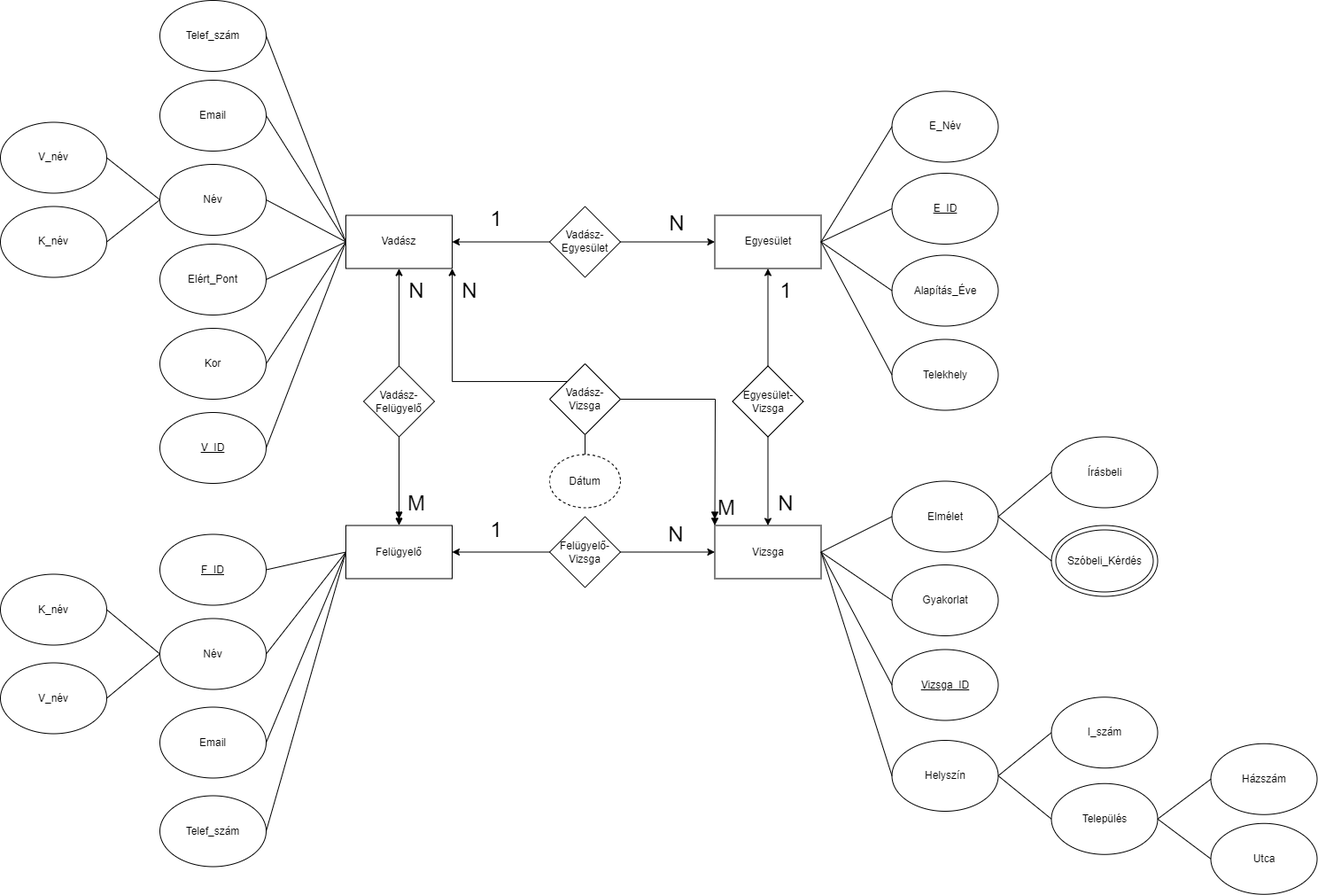
JordanKornel/DWWUAP_XMLGyak keeps this draw.io diagram as DWWUAP_XML_Féléves_Feladat/1. feladat/DWWUAP_ER.drawio.png. Above is the earlier version. Source tidied: cells renumbered, new cells last; positions are measured from the earlier drawing's top-left corner, leaving out a move shared by most shapes.
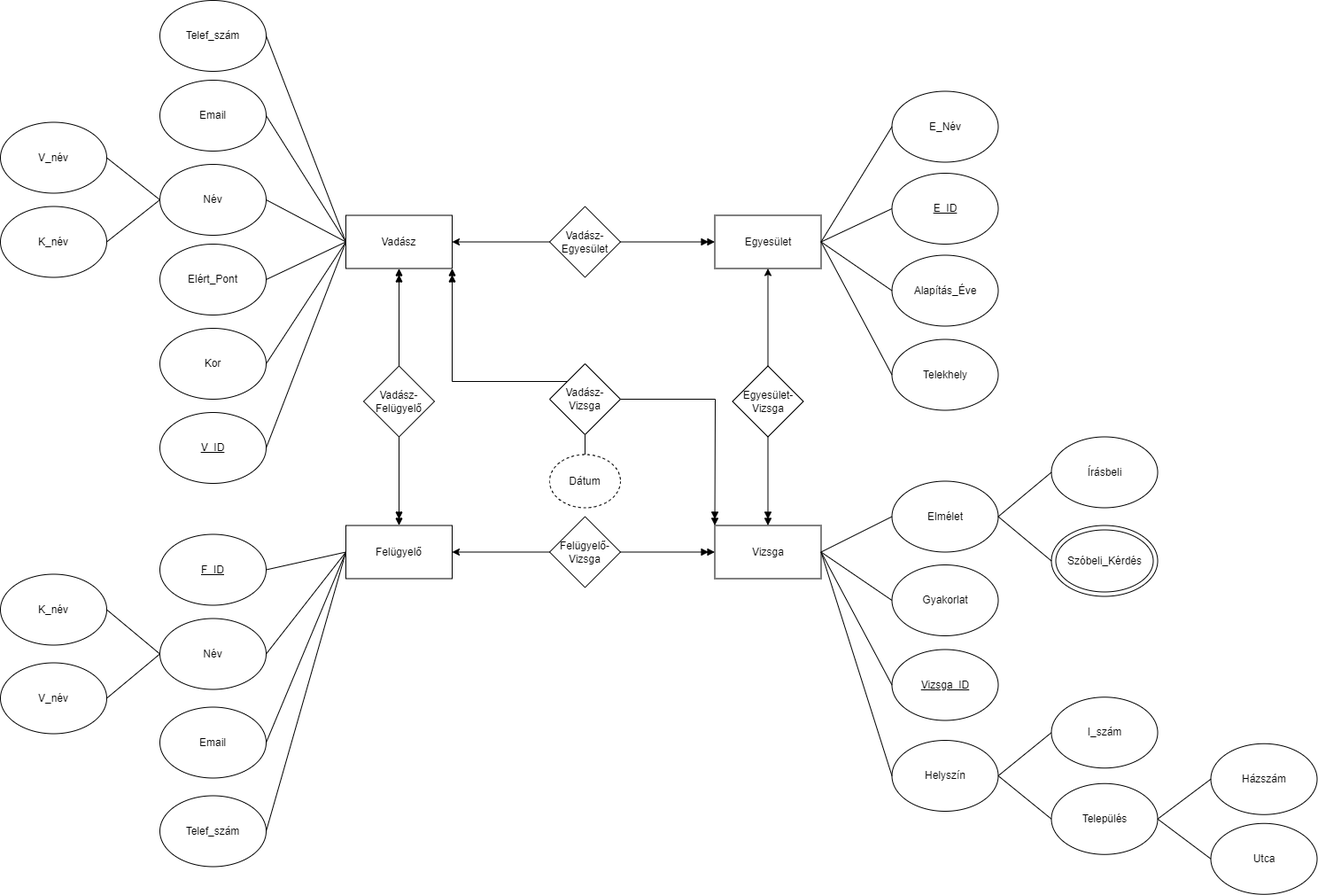
Later version of the same file.

What changed in the source:
```diff
@@ -98,28 +98,22 @@
     <mxCell id="33" style="edgeStyle=orthogonalEdgeStyle;rounded=0;jettySize=auto;html=1;exitX=0;exitY=0.5;exitDx=0;exitDy=0;entryX=1;entryY=0.5;entryDx=0;entryDy=0;" parent="1" edge="1" source="35" target="5">
       <mxGeometry relative="1" as="geometry" />
     </mxCell>
-    <mxCell id="34" style="edgeStyle=orthogonalEdgeStyle;rounded=0;jettySize=auto;html=1;exitX=1;exitY=0.5;exitDx=0;exitDy=0;entryX=0;entryY=0.5;entryDx=0;entryDy=0;" parent="1" edge="1" source="35" target="2">
+    <mxCell id="34" style="edgeStyle=orthogonalEdgeStyle;rounded=0;jettySize=auto;html=1;exitX=1;exitY=0.5;exitDx=0;exitDy=0;entryX=0;entryY=0.5;entryDx=0;entryDy=0;endArrow=doubleBlock;endFill=1;" parent="1" edge="1" source="35" target="2">
       <mxGeometry relative="1" as="geometry" />
     </mxCell>
     <mxCell id="35" value="Vadász-Egyesület" style="rhombus;whiteSpace=wrap;html=1;" parent="1" vertex="1">
       <mxGeometry x="620" y="232.5" width="80" height="80" as="geometry" />
     </mxCell>
-    <mxCell id="36" value="&lt;font style=&quot;font-size: 24px;&quot;&gt;1&lt;/font&gt;" style="text;html=1;strokeColor=none;fillColor=none;align=center;verticalAlign=middle;whiteSpace=wrap;rounded=0;" parent="1" vertex="1">
-      <mxGeometry x="530" y="232.5" width="60" height="30" as="geometry" />
-    </mxCell>
-    <mxCell id="37" value="&lt;font style=&quot;font-size: 24px;&quot;&gt;N&lt;/font&gt;" style="text;html=1;strokeColor=none;fillColor=none;align=center;verticalAlign=middle;whiteSpace=wrap;rounded=0;" parent="1" vertex="1">
-      <mxGeometry x="733.5" y="237.5" width="60" height="30" as="geometry" />
-    </mxCell>
     <mxCell id="38" style="edgeStyle=orthogonalEdgeStyle;rounded=0;jettySize=auto;html=1;exitX=0;exitY=0.5;exitDx=0;exitDy=0;entryX=1;entryY=0.5;entryDx=0;entryDy=0;fontSize=24;" parent="1" edge="1" source="40" target="4">
       <mxGeometry relative="1" as="geometry" />
     </mxCell>
-    <mxCell id="39" style="edgeStyle=orthogonalEdgeStyle;rounded=0;jettySize=auto;html=1;exitX=1;exitY=0.5;exitDx=0;exitDy=0;entryX=0;entryY=0.5;entryDx=0;entryDy=0;fontSize=24;" parent="1" edge="1" source="40" target="3">
+    <mxCell id="39" style="edgeStyle=orthogonalEdgeStyle;rounded=0;jettySize=auto;html=1;exitX=1;exitY=0.5;exitDx=0;exitDy=0;entryX=0;entryY=0.5;entryDx=0;entryDy=0;fontSize=24;endArrow=doubleBlock;endFill=1;" parent="1" edge="1" source="40" target="3">
       <mxGeometry relative="1" as="geometry" />
     </mxCell>
     <mxCell id="40" value="Felügyelő-Vizsga" style="rhombus;whiteSpace=wrap;html=1;" parent="1" vertex="1">
       <mxGeometry x="620" y="582.5" width="80" height="80" as="geometry" />
     </mxCell>
-    <mxCell id="41" style="edgeStyle=orthogonalEdgeStyle;rounded=0;jettySize=auto;html=1;exitX=0.5;exitY=1;exitDx=0;exitDy=0;entryX=0.5;entryY=0;entryDx=0;entryDy=0;fontSize=24;" parent="1" edge="1" source="43" target="3">
+    <mxCell id="41" style="edgeStyle=orthogonalEdgeStyle;rounded=0;jettySize=auto;html=1;exitX=0.5;exitY=1;exitDx=0;exitDy=0;entryX=0.5;entryY=0;entryDx=0;entryDy=0;fontSize=24;endArrow=doubleBlock;endFill=1;" parent="1" edge="1" source="43" target="3">
       <mxGeometry relative="1" as="geometry" />
     </mxCell>
     <mxCell id="42" style="edgeStyle=orthogonalEdgeStyle;rounded=0;jettySize=auto;html=1;exitX=0.5;exitY=0;exitDx=0;exitDy=0;entryX=0.5;entryY=1;entryDx=0;entryDy=0;fontSize=24;" parent="1" edge="1" source="43" target="2">
@@ -128,30 +122,12 @@
     <mxCell id="43" value="Egyesület-Vizsga" style="rhombus;whiteSpace=wrap;html=1;" parent="1" vertex="1">
       <mxGeometry x="826.5" y="412.5" width="80" height="80" as="geometry" />
     </mxCell>
-    <mxCell id="44" style="edgeStyle=orthogonalEdgeStyle;rounded=0;jettySize=auto;html=1;exitX=0.5;exitY=0;exitDx=0;exitDy=0;entryX=0.5;entryY=1;entryDx=0;entryDy=0;fontSize=24;" parent="1" edge="1" source="45" target="5">
+    <mxCell id="44" style="edgeStyle=orthogonalEdgeStyle;rounded=0;jettySize=auto;html=1;exitX=0.5;exitY=0;exitDx=0;exitDy=0;entryX=0.5;entryY=1;entryDx=0;entryDy=0;fontSize=24;endArrow=doubleBlock;endFill=1;" parent="1" edge="1" source="45" target="5">
       <mxGeometry relative="1" as="geometry" />
     </mxCell>
     <mxCell id="45" value="Vadász-Felügyelő" style="rhombus;whiteSpace=wrap;html=1;" parent="1" vertex="1">
       <mxGeometry x="410" y="412.5" width="80" height="80" as="geometry" />
     </mxCell>
-    <mxCell id="46" value="&lt;font style=&quot;font-size: 24px;&quot;&gt;1&lt;/font&gt;" style="text;html=1;strokeColor=none;fillColor=none;align=center;verticalAlign=middle;whiteSpace=wrap;rounded=0;" parent="1" vertex="1">
-      <mxGeometry x="529.5" y="582.5" width="60" height="30" as="geometry" />
-    </mxCell>
-    <mxCell id="47" value="&lt;font style=&quot;font-size: 24px;&quot;&gt;N&lt;/font&gt;" style="text;html=1;strokeColor=none;fillColor=none;align=center;verticalAlign=middle;whiteSpace=wrap;rounded=0;" parent="1" vertex="1">
-      <mxGeometry x="733" y="587.5" width="60" height="30" as="geometry" />
-    </mxCell>
-    <mxCell id="48" value="&lt;font style=&quot;font-size: 24px;&quot;&gt;N&lt;/font&gt;" style="text;html=1;strokeColor=none;fillColor=none;align=center;verticalAlign=middle;whiteSpace=wrap;rounded=0;" parent="1" vertex="1">
-      <mxGeometry x="440" y="312.5" width="60" height="30" as="geometry" />
-    </mxCell>
-    <mxCell id="49" value="&lt;font style=&quot;font-size: 24px;&quot;&gt;M&lt;/font&gt;" style="text;html=1;strokeColor=none;fillColor=none;align=center;verticalAlign=middle;whiteSpace=wrap;rounded=0;" parent="1" vertex="1">
-      <mxGeometry x="440" y="552.5" width="60" height="30" as="geometry" />
-    </mxCell>
-    <mxCell id="50" value="&lt;font style=&quot;font-size: 24px;&quot;&gt;1&lt;/font&gt;" style="text;html=1;strokeColor=none;fillColor=none;align=center;verticalAlign=middle;whiteSpace=wrap;rounded=0;" parent="1" vertex="1">
-      <mxGeometry x="856.5" y="312.5" width="60" height="30" as="geometry" />
-    </mxCell>
-    <mxCell id="51" value="&lt;font style=&quot;font-size: 24px;&quot;&gt;N&lt;/font&gt;" style="text;html=1;strokeColor=none;fillColor=none;align=center;verticalAlign=middle;whiteSpace=wrap;rounded=0;" parent="1" vertex="1">
-      <mxGeometry x="856.5" y="552.5" width="60" height="30" as="geometry" />
-    </mxCell>
     <mxCell id="52" style="endArrow=none;html=1;rounded=0;fontSize=24;entryX=0;entryY=0.5;entryDx=0;entryDy=0;exitX=1;exitY=0.5;exitDx=0;exitDy=0;" parent="1" edge="1" source="30" target="5">
       <mxGeometry relative="1" as="geometry" />
     </mxCell>
@@ -244,18 +220,12 @@
     <mxCell id="81" value="Szóbeli_Kérdés" style="ellipse;whiteSpace=wrap;html=1;" parent="1" vertex="1">
       <mxGeometry x="1191.5" y="597.5" width="110" height="70" as="geometry" />
     </mxCell>
-    <mxCell id="82" style="edgeStyle=orthogonalEdgeStyle;rounded=0;jettySize=auto;html=1;exitX=0;exitY=0;exitDx=0;exitDy=0;entryX=1;entryY=1;entryDx=0;entryDy=0;fontSize=24;" parent="1" edge="1" source="83" target="5">
+    <mxCell id="82" style="edgeStyle=orthogonalEdgeStyle;rounded=0;jettySize=auto;html=1;exitX=0;exitY=0;exitDx=0;exitDy=0;entryX=1;entryY=1;entryDx=0;entryDy=0;fontSize=24;endArrow=doubleBlock;endFill=1;" parent="1" edge="1" source="83" target="5">
       <mxGeometry relative="1" as="geometry" />
     </mxCell>
     <mxCell id="83" value="Vadász-Vizsga" style="rhombus;whiteSpace=wrap;html=1;" parent="1" vertex="1">
       <mxGeometry x="620" y="410" width="80" height="80" as="geometry" />
     </mxCell>
-    <mxCell id="84" value="&lt;font style=&quot;font-size: 24px;&quot;&gt;N&lt;/font&gt;" style="text;html=1;strokeColor=none;fillColor=none;align=center;verticalAlign=middle;whiteSpace=wrap;rounded=0;" parent="1" vertex="1">
-      <mxGeometry x="500" y="312.5" width="60" height="30" as="geometry" />
-    </mxCell>
-    <mxCell id="85" value="&lt;font style=&quot;font-size: 24px;&quot;&gt;M&lt;/font&gt;" style="text;html=1;strokeColor=none;fillColor=none;align=center;verticalAlign=middle;whiteSpace=wrap;rounded=0;" parent="1" vertex="1">
-      <mxGeometry x="790" y="557.5" width="60" height="30" as="geometry" />
-    </mxCell>
     <mxCell id="86" value="Dátum" style="ellipse;whiteSpace=wrap;html=1;dashed=1;" parent="1" vertex="1">
       <mxGeometry x="620" y="512.5" width="80" height="60" as="geometry" />
     </mxCell>
```
